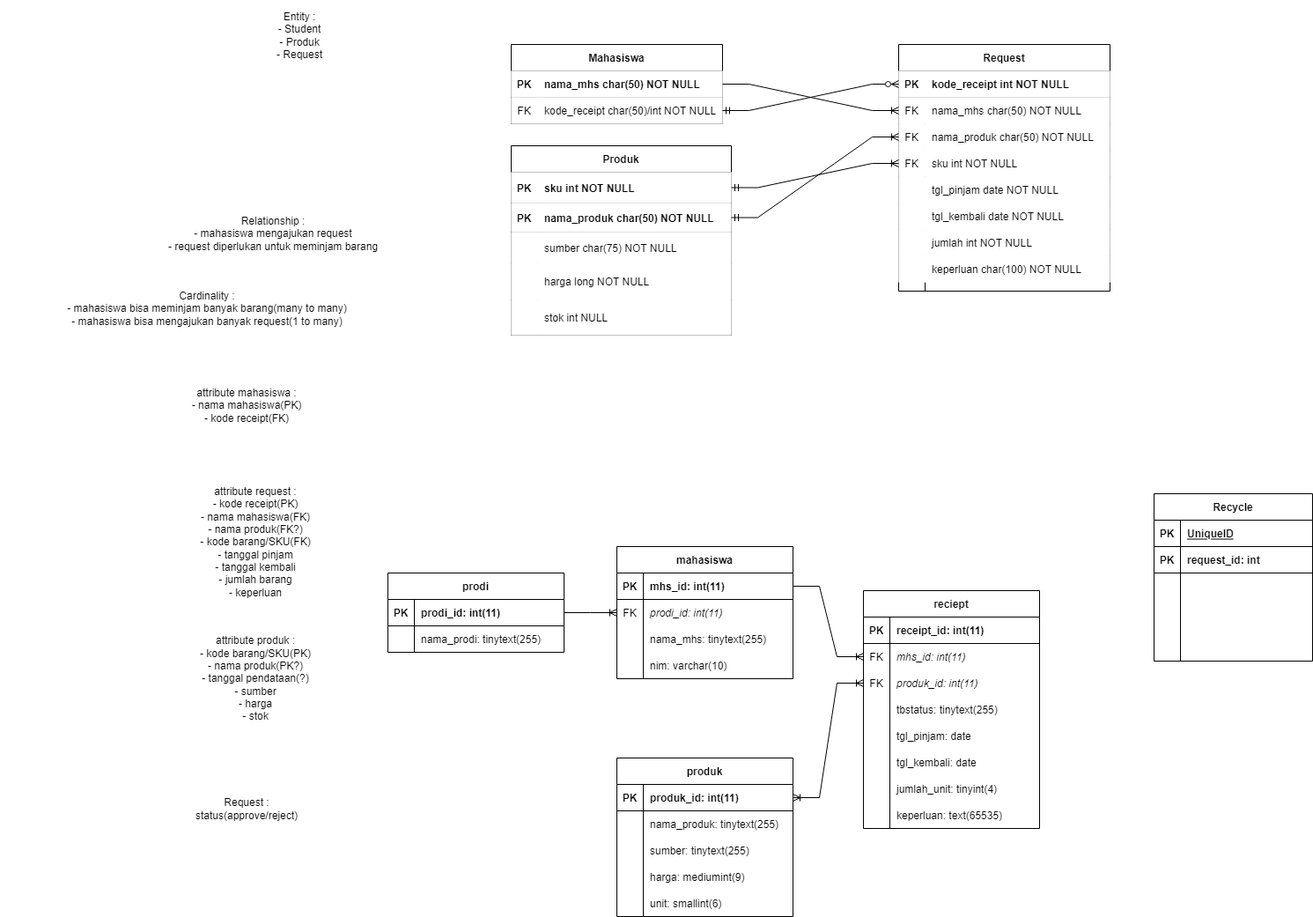
Before: diagrams/ER diagram.drawio.png, a diagram exported from draw.io (johannfac/aplikasipeminjamanaset). Source tidied: cells renumbered, new cells last; positions are measured from the earlier drawing's top-left corner, leaving out a move shared by most shapes.
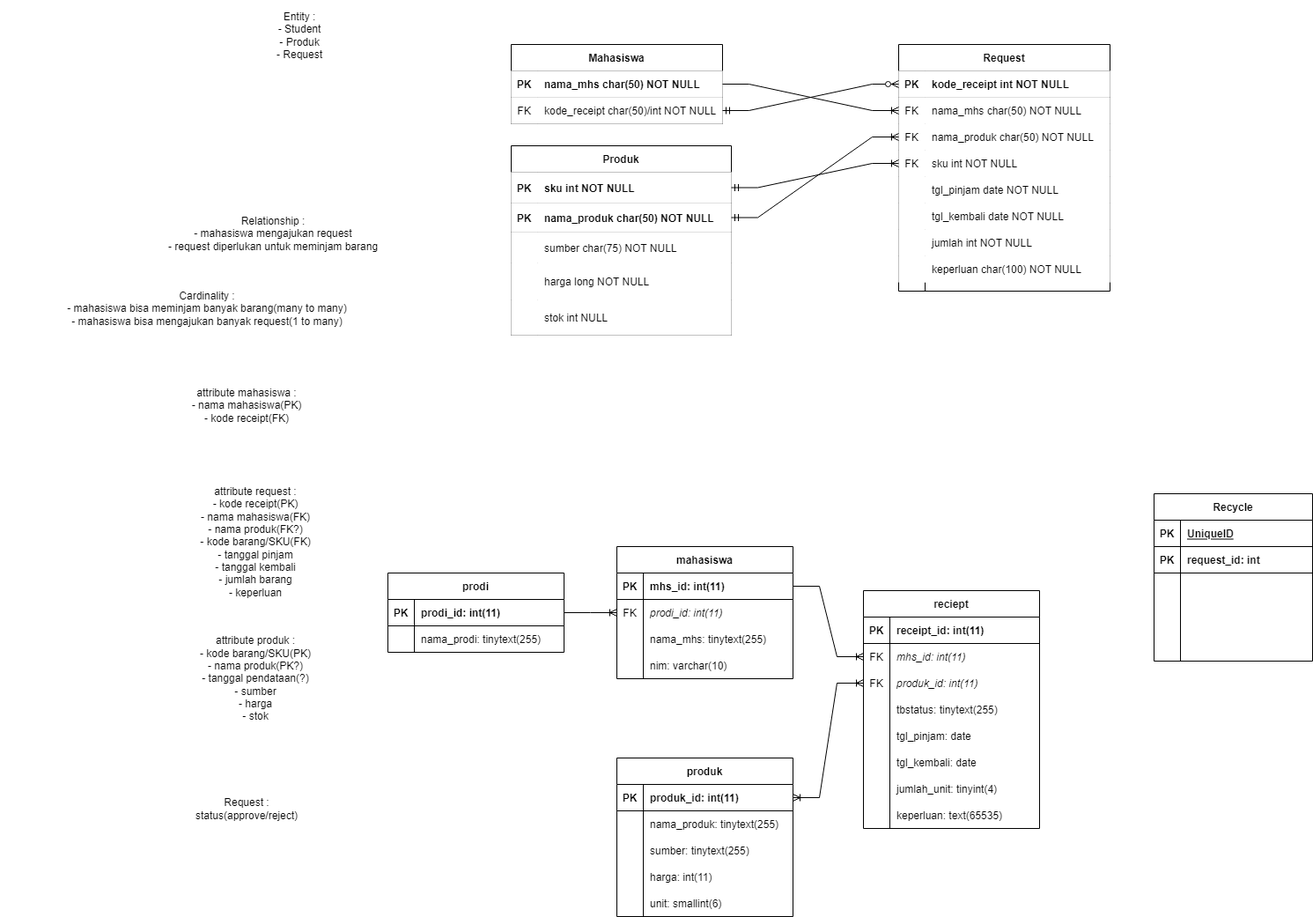
The same file after the commit.

Diff of the diagram source:
```diff
@@ -251,7 +251,7 @@
     <mxCell id="84" style="shape=partialRectangle;fillColor=none;top=0;left=0;bottom=0;right=0;overflow=hidden;fontColor=default;strokeColor=default;" parent="83" vertex="1">
       <mxGeometry width="30" height="30" as="geometry" />
     </mxCell>
-    <mxCell id="85" value="harga: mediumint(9)" style="shape=partialRectangle;fillColor=none;top=0;left=0;bottom=0;right=0;align=left;spacingLeft=6;overflow=hidden;fontColor=default;strokeColor=default;" parent="83" vertex="1">
+    <mxCell id="85" value="harga: int(11)" style="shape=partialRectangle;fillColor=none;top=0;left=0;bottom=0;right=0;align=left;spacingLeft=6;overflow=hidden;fontColor=default;strokeColor=default;" parent="83" vertex="1">
       <mxGeometry x="30" width="170" height="30" as="geometry" />
     </mxCell>
     <mxCell id="86" style="shape=partialRectangle;fillColor=none;top=0;left=0;bottom=0;right=0;fontColor=default;strokeColor=default;" parent="73" vertex="1">
```
